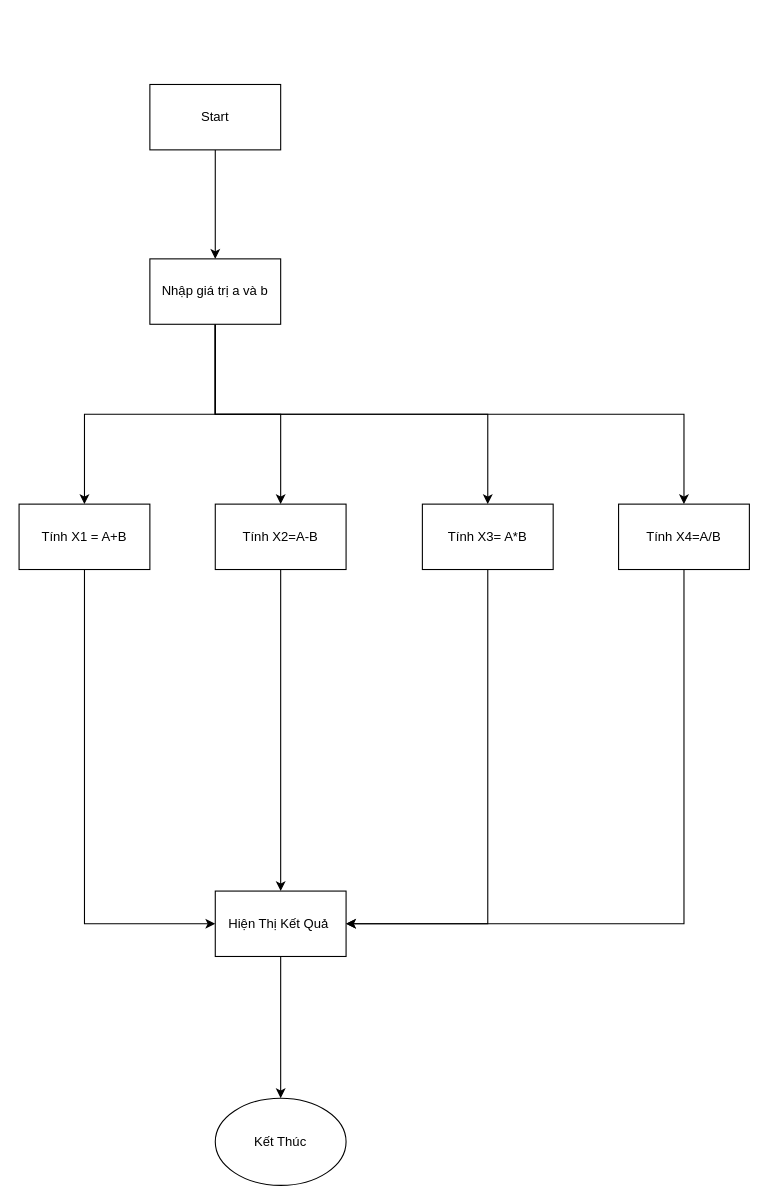
The draw.io diagram tinhtoan.drawio in phamcongthanhvn2k6/draw.io, before the edit. Source tidied: cells renumbered, new cells numbered last; positions are measured from the earlier drawing's top-left corner, leaving out a move shared by most shapes. Both pictures are drawn from the tidied source at 109%, with x=0, y=0 at pixel (19, 84).
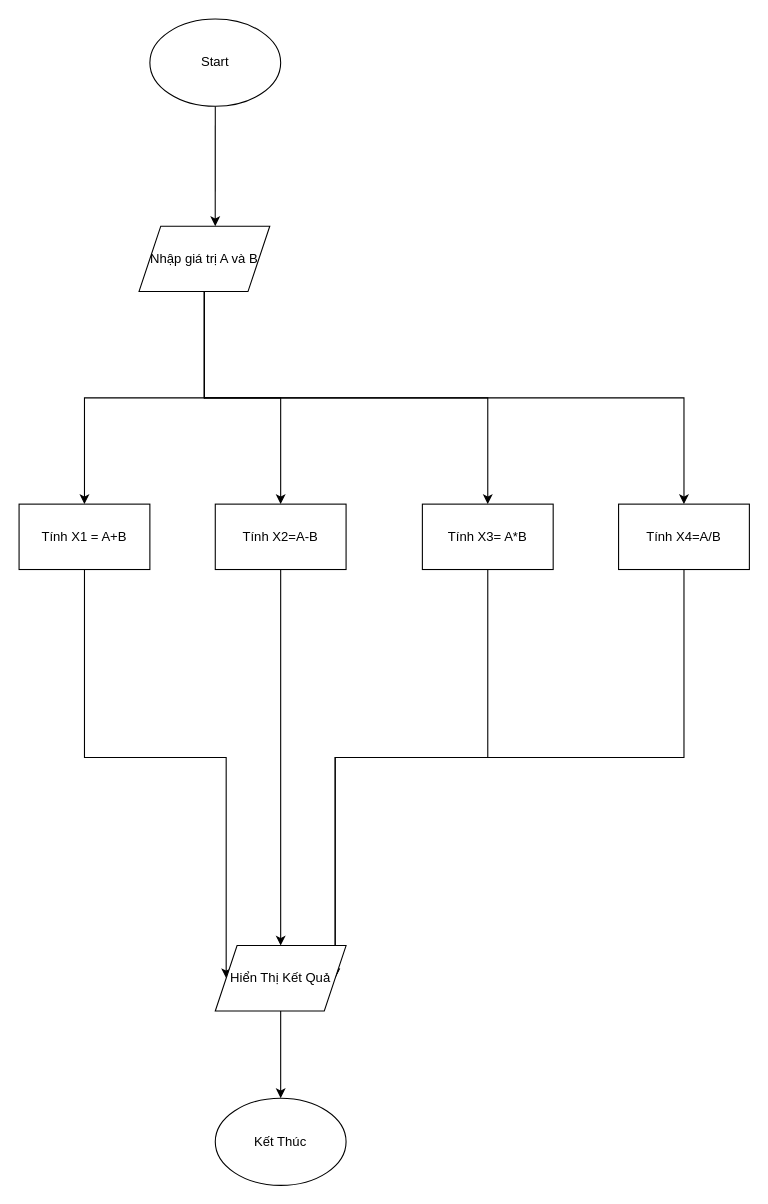
The same page after the edit.

Commit message:
Cập nhật tinhtoan.drawio

What changed in the source:
```diff
@@
 <mxGraphModel>
   <root>
     <mxCell id="0" />
     <mxCell id="1" parent="0" />
-    <mxCell id="2" style="edgeStyle=orthogonalEdgeStyle;rounded=0;jettySize=auto;html=1;exitX=0.5;exitY=1;exitDx=0;exitDy=0;entryX=0.5;entryY=0;entryDx=0;entryDy=0;" parent="1" edge="1" source="3" target="8">
+    <mxCell id="2" style="edgeStyle=orthogonalEdgeStyle;rounded=0;jettySize=auto;html=1;exitX=0.5;exitY=1;exitDx=0;exitDy=0;entryX=0.583;entryY=0;entryDx=0;entryDy=0;entryPerimeter=0;" parent="1" edge="1" source="3" target="23">
       <mxGeometry relative="1" as="geometry" />
     </mxCell>
-    <mxCell id="3" value="Start" style="rounded=0;whiteSpace=wrap;html=1;" parent="1" vertex="1">
-      <mxGeometry x="120" width="120" height="60" as="geometry" />
-    </mxCell>
-    <mxCell id="4" style="edgeStyle=orthogonalEdgeStyle;rounded=0;jettySize=auto;html=1;" parent="1" edge="1" source="8" target="10">
-      <mxGeometry relative="1" as="geometry" />
-    </mxCell>
-    <mxCell id="5" style="edgeStyle=orthogonalEdgeStyle;rounded=0;jettySize=auto;html=1;exitX=0.5;exitY=1;exitDx=0;exitDy=0;entryX=0.5;entryY=0;entryDx=0;entryDy=0;" parent="1" edge="1" source="8" target="12">
+    <mxCell id="5" style="edgeStyle=orthogonalEdgeStyle;rounded=0;jettySize=auto;html=1;exitX=0.5;exitY=1;exitDx=0;exitDy=0;entryX=0.5;entryY=0;entryDx=0;entryDy=0;" parent="1" edge="1" source="23" target="12">
       <mxGeometry relative="1" as="geometry" />
     </mxCell>
-    <mxCell id="6" style="edgeStyle=orthogonalEdgeStyle;rounded=0;jettySize=auto;html=1;exitX=0.5;exitY=1;exitDx=0;exitDy=0;entryX=0.5;entryY=0;entryDx=0;entryDy=0;" parent="1" edge="1" source="8" target="19">
-      <mxGeometry relative="1" as="geometry" />
-    </mxCell>
-    <mxCell id="7" style="edgeStyle=orthogonalEdgeStyle;rounded=0;jettySize=auto;html=1;exitX=0.5;exitY=1;exitDx=0;exitDy=0;entryX=0.5;entryY=0;entryDx=0;entryDy=0;" parent="1" edge="1" source="8" target="14">
-      <mxGeometry relative="1" as="geometry" />
-    </mxCell>
-    <mxCell id="8" value="Nhập giá trị a và b" style="rounded=0;whiteSpace=wrap;html=1;" parent="1" vertex="1">
-      <mxGeometry x="120" y="160" width="120" height="60" as="geometry" />
-    </mxCell>
-    <mxCell id="9" style="edgeStyle=orthogonalEdgeStyle;rounded=0;jettySize=auto;html=1;exitX=0.5;exitY=1;exitDx=0;exitDy=0;entryX=0;entryY=0.5;entryDx=0;entryDy=0;" parent="1" edge="1" source="10" target="16">
+    <mxCell id="9" style="edgeStyle=orthogonalEdgeStyle;rounded=0;jettySize=auto;html=1;exitX=0.5;exitY=1;exitDx=0;exitDy=0;entryX=0;entryY=0.5;entryDx=0;entryDy=0;" parent="1" edge="1" source="10" target="24">
       <mxGeometry relative="1" as="geometry" />
     </mxCell>
     <mxCell id="10" value="Tính X1 = A+B" style="rounded=0;whiteSpace=wrap;html=1;" parent="1" vertex="1">
       <mxGeometry y="385" width="120" height="60" as="geometry" />
     </mxCell>
-    <mxCell id="11" style="edgeStyle=orthogonalEdgeStyle;rounded=0;jettySize=auto;html=1;exitX=0.5;exitY=1;exitDx=0;exitDy=0;entryX=0.5;entryY=0;entryDx=0;entryDy=0;" parent="1" edge="1" source="12" target="16">
+    <mxCell id="11" style="edgeStyle=orthogonalEdgeStyle;rounded=0;jettySize=auto;html=1;exitX=0.5;exitY=1;exitDx=0;exitDy=0;entryX=0.5;entryY=0;entryDx=0;entryDy=0;" parent="1" edge="1" source="12" target="24">
       <mxGeometry relative="1" as="geometry" />
     </mxCell>
     <mxCell id="12" value="Tính X2=A-B" style="rounded=0;whiteSpace=wrap;html=1;" parent="1" vertex="1">
       <mxGeometry x="180" y="385" width="120" height="60" as="geometry" />
     </mxCell>
-    <mxCell id="13" style="edgeStyle=orthogonalEdgeStyle;rounded=0;jettySize=auto;html=1;exitX=0.5;exitY=1;exitDx=0;exitDy=0;entryX=1;entryY=0.5;entryDx=0;entryDy=0;" parent="1" edge="1" source="14" target="16">
+    <mxCell id="13" style="edgeStyle=orthogonalEdgeStyle;rounded=0;jettySize=auto;html=1;exitX=0.5;exitY=1;exitDx=0;exitDy=0;entryX=1;entryY=0.5;entryDx=0;entryDy=0;" parent="1" edge="1" source="14" target="24">
       <mxGeometry relative="1" as="geometry" />
     </mxCell>
     <mxCell id="14" value="Tính X4=A/B" style="rounded=0;whiteSpace=wrap;html=1;" parent="1" vertex="1">
       <mxGeometry x="550" y="385" width="120" height="60" as="geometry" />
     </mxCell>
-    <mxCell id="15" style="edgeStyle=orthogonalEdgeStyle;rounded=0;jettySize=auto;html=1;exitX=0.5;exitY=1;exitDx=0;exitDy=0;entryX=0.5;entryY=0;entryDx=0;entryDy=0;" parent="1" edge="1" source="16" target="17">
+    <mxCell id="15" style="edgeStyle=orthogonalEdgeStyle;rounded=0;jettySize=auto;html=1;exitX=0.5;exitY=1;exitDx=0;exitDy=0;entryX=0.5;entryY=0;entryDx=0;entryDy=0;" parent="1" edge="1" source="24" target="17">
       <mxGeometry relative="1" as="geometry" />
     </mxCell>
-    <mxCell id="16" value="Hiện Thị Kết Quả&amp;nbsp;" style="rounded=0;whiteSpace=wrap;html=1;" parent="1" vertex="1">
-      <mxGeometry x="180" y="740" width="120" height="60" as="geometry" />
-    </mxCell>
     <mxCell id="17" value="Kết Thúc" style="ellipse;whiteSpace=wrap;html=1;" parent="1" vertex="1">
       <mxGeometry x="180" y="930" width="120" height="80" as="geometry" />
     </mxCell>
-    <mxCell id="18" style="edgeStyle=orthogonalEdgeStyle;rounded=0;jettySize=auto;html=1;exitX=0.5;exitY=1;exitDx=0;exitDy=0;entryX=1;entryY=0.5;entryDx=0;entryDy=0;" parent="1" edge="1" source="19" target="16">
+    <mxCell id="18" style="edgeStyle=orthogonalEdgeStyle;rounded=0;jettySize=auto;html=1;exitX=0.5;exitY=1;exitDx=0;exitDy=0;entryX=1;entryY=0.5;entryDx=0;entryDy=0;" parent="1" edge="1" source="19" target="24">
       <mxGeometry relative="1" as="geometry" />
     </mxCell>
     <mxCell id="19" value="Tính X3= A*B" style="rounded=0;whiteSpace=wrap;html=1;" parent="1" vertex="1">
       <mxGeometry x="370" y="385" width="120" height="60" as="geometry" />
     </mxCell>
+    <mxCell id="20" style="edgeStyle=orthogonalEdgeStyle;rounded=0;jettySize=auto;html=1;exitX=0.5;exitY=1;exitDx=0;exitDy=0;entryX=0.5;entryY=0;entryDx=0;entryDy=0;" parent="1" edge="1" source="23" target="10">
+      <mxGeometry relative="1" as="geometry" />
+    </mxCell>
+    <mxCell id="21" style="edgeStyle=orthogonalEdgeStyle;rounded=0;jettySize=auto;html=1;exitX=0.5;exitY=1;exitDx=0;exitDy=0;entryX=0.5;entryY=0;entryDx=0;entryDy=0;" parent="1" edge="1" source="23" target="19">
+      <mxGeometry relative="1" as="geometry" />
+    </mxCell>
+    <mxCell id="22" style="edgeStyle=orthogonalEdgeStyle;rounded=0;jettySize=auto;html=1;exitX=0.5;exitY=1;exitDx=0;exitDy=0;entryX=0.5;entryY=0;entryDx=0;entryDy=0;" parent="1" edge="1" source="23" target="14">
+      <mxGeometry relative="1" as="geometry" />
+    </mxCell>
+    <mxCell id="23" value="Nhập giá trị A và B" style="shape=parallelogram;perimeter=parallelogramPerimeter;whiteSpace=wrap;html=1;fixedSize=1;" parent="1" vertex="1">
+      <mxGeometry x="110" y="130" width="120" height="60" as="geometry" />
+    </mxCell>
+    <mxCell id="24" value="Hiển Thị Kết Quả" style="shape=parallelogram;perimeter=parallelogramPerimeter;whiteSpace=wrap;html=1;fixedSize=1;" parent="1" vertex="1">
+      <mxGeometry x="180" y="790" width="120" height="60" as="geometry" />
+    </mxCell>
+    <mxCell id="3" value="Start" style="ellipse;whiteSpace=wrap;html=1;" parent="1" vertex="1">
+      <mxGeometry x="120" y="-60" width="120" height="80" as="geometry" />
+    </mxCell>
   </root>
 </mxGraphModel>
```
